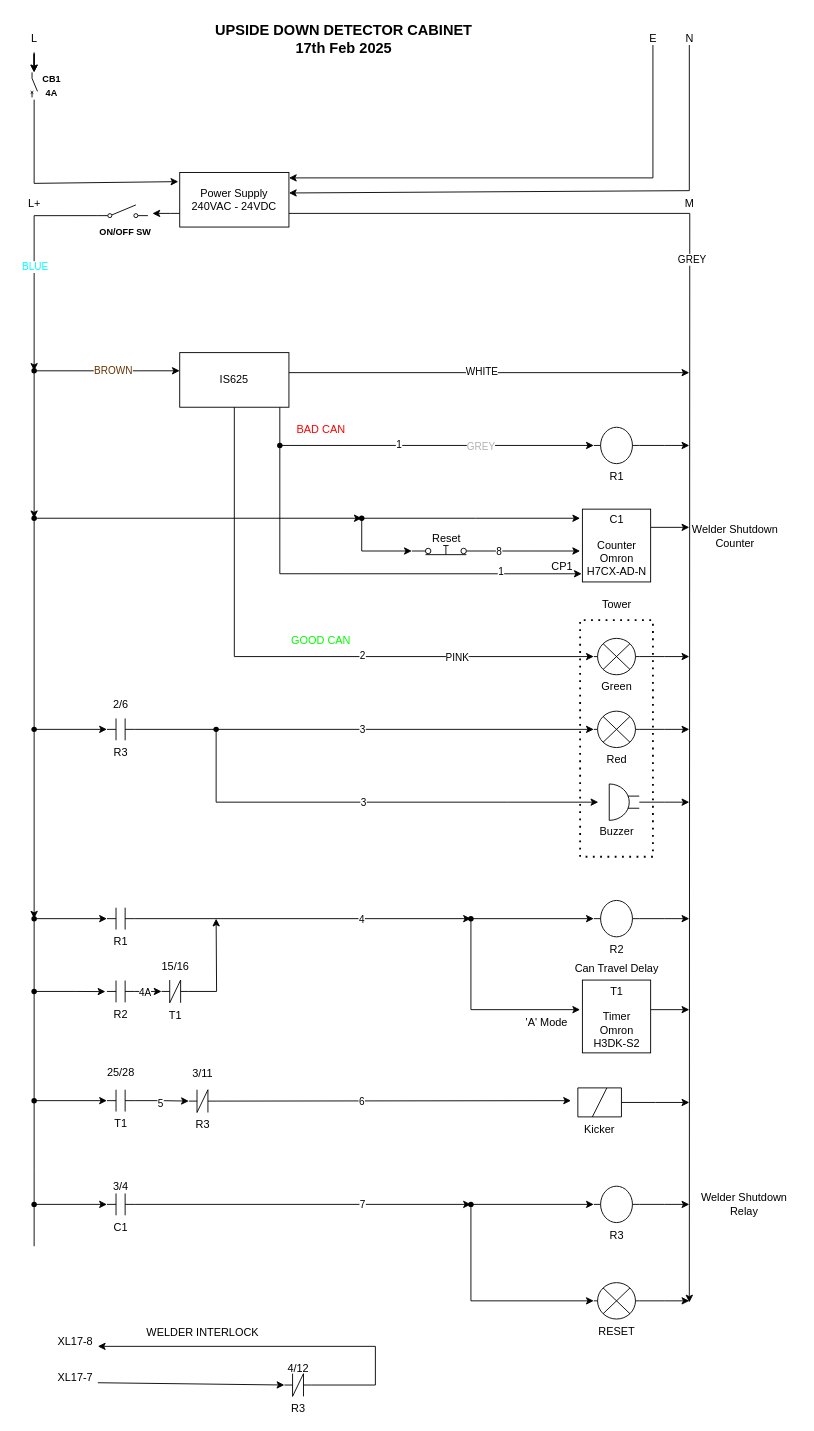
Before: Upside Down Detector.drawio in nicholas-carnie/Nicks-files, a draw.io diagram. Source tidied: cells renumbered, new cells numbered last; positions are measured from the earlier drawing's top-left corner, leaving out a move shared by most shapes. Both pictures are drawn from the tidied source at 91%, with x=0, y=0 at pixel (15, 15).
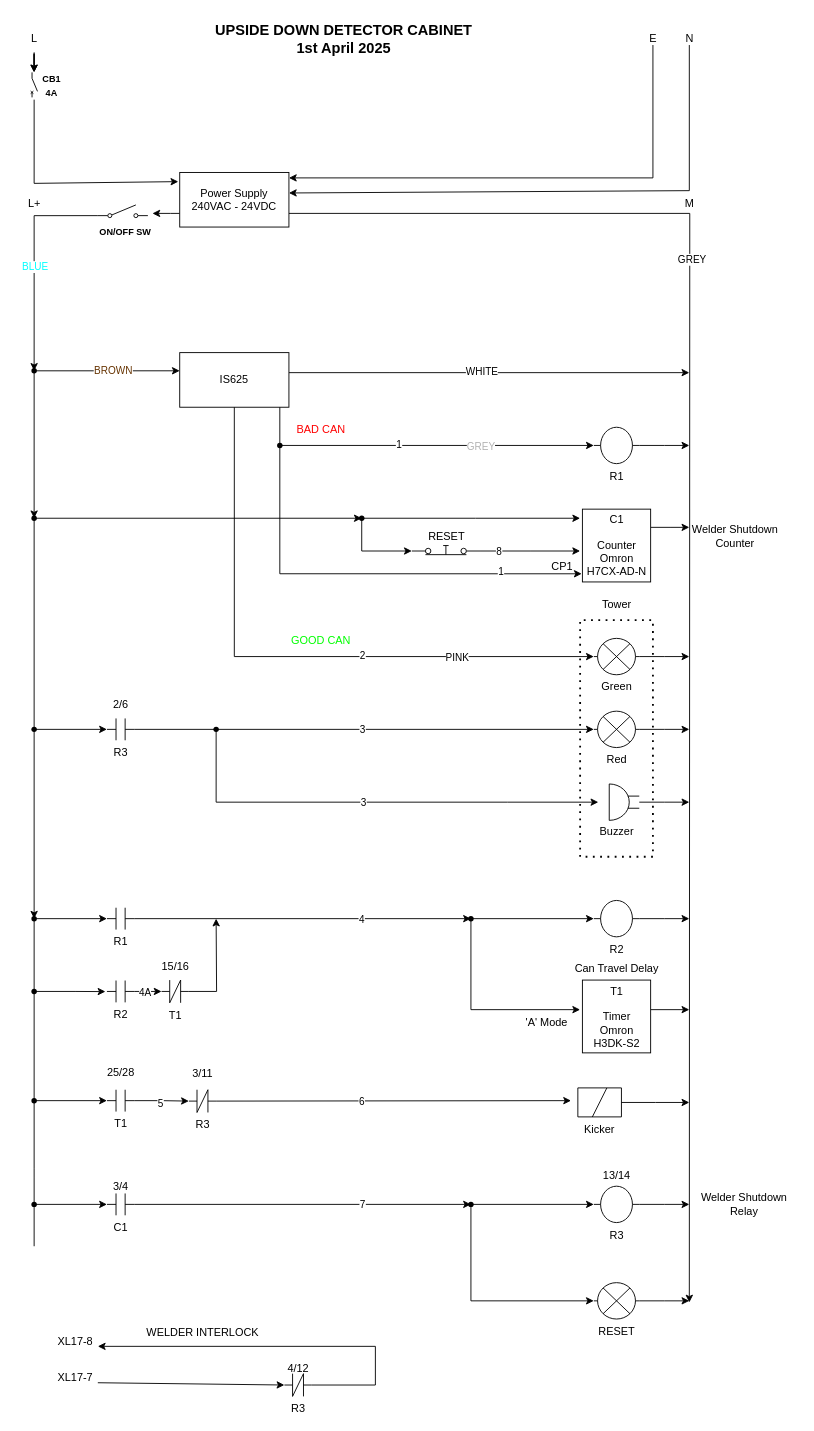
Above is the later version.

Diff of the diagram source:
```diff
@@
-    <mxCell id="86" value="UPSIDE DOWN DETECTOR CABINET&lt;div&gt;17th Feb 2025&lt;/div&gt;" style="text;html=1;align=center;verticalAlign=middle;strokeColor=none;fillColor=none;fontStyle=1;fontSize=16;" parent="1" vertex="1">
+    <mxCell id="86" value="UPSIDE DOWN DETECTOR CABINET&lt;div&gt;1st April 2025&lt;/div&gt;" style="text;html=1;align=center;verticalAlign=middle;strokeColor=none;fillColor=none;fontStyle=1;fontSize=16;" parent="1" vertex="1">
       <mxGeometry x="210" width="300" height="50" as="geometry" />
     </mxCell>
@@
-    <mxCell id="113" value="Reset" style="text;html=1;align=center;verticalAlign=middle;strokeColor=none;fillColor=none;" parent="1" vertex="1">
-      <mxGeometry x="447.5" y="560" width="50" height="30" as="geometry" />
+    <mxCell id="113" value="RESET" style="text;html=1;align=center;verticalAlign=middle;strokeColor=none;fillColor=none;" parent="1" vertex="1">
+      <mxGeometry x="442.5" y="557" width="60" height="30" as="geometry" />
     </mxCell>
@@
+    <mxCell id="137" value="13/14" style="text;html=1;align=center;verticalAlign=middle;strokeColor=none;fillColor=none;" parent="1" vertex="1">
+      <mxGeometry x="635" y="1260" width="50" height="30" as="geometry" />
+    </mxCell>
```
